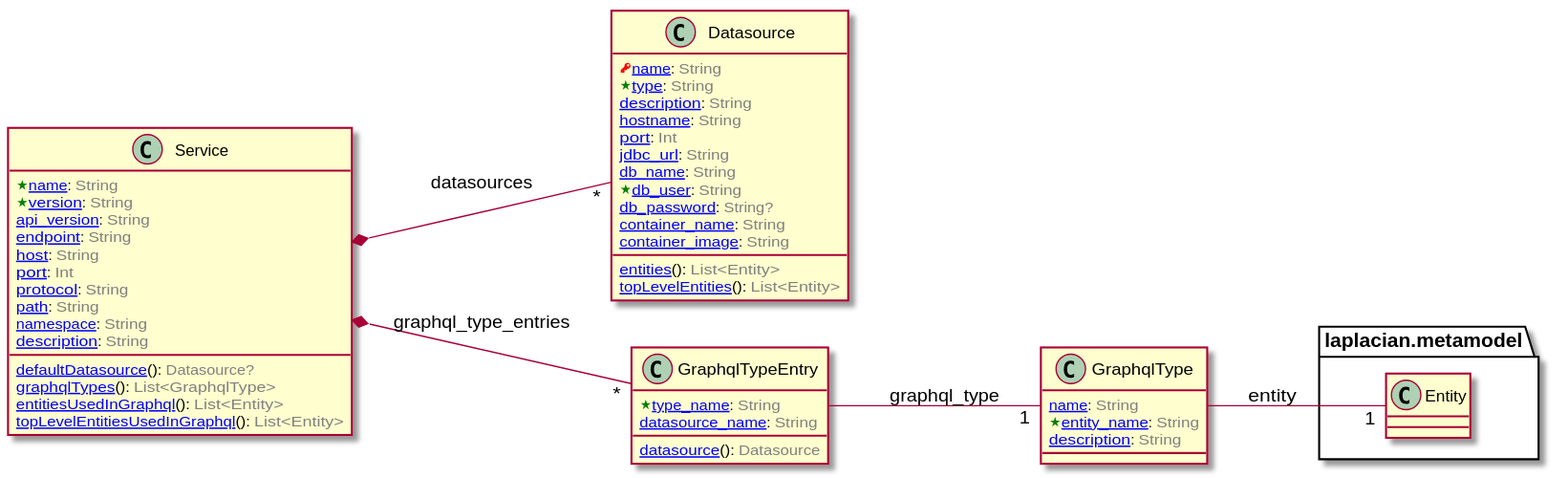
laplacian-arch/api-service.domain-model keeps this PlantUML diagram as doc/image/model-diagram.svg. Above is the earlier version.
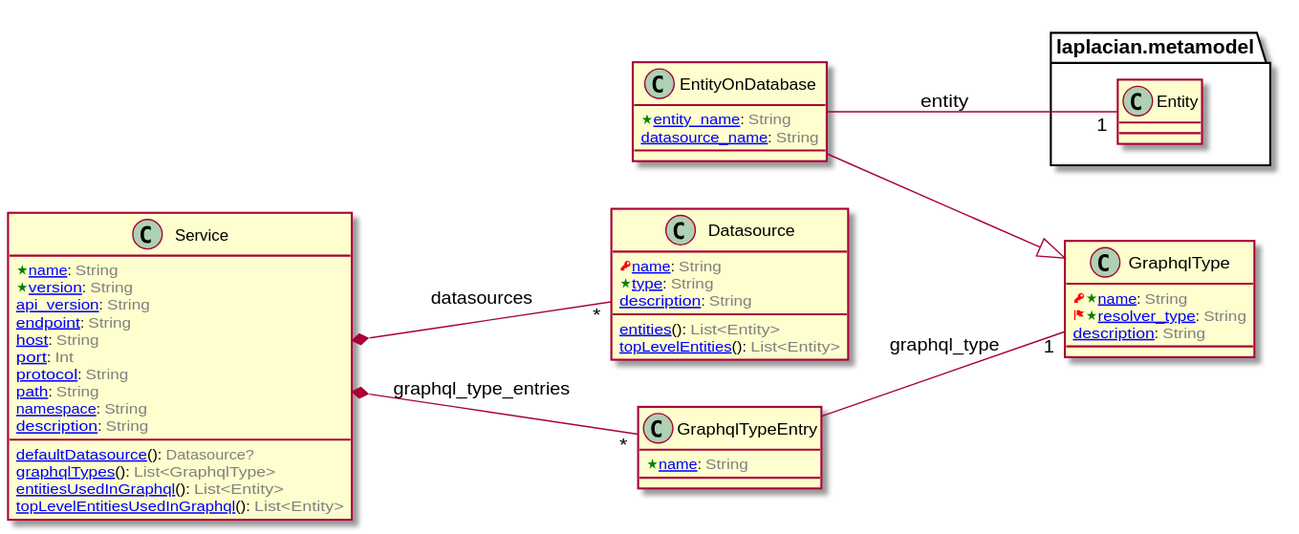
The same file after the commit.

Diff of the diagram source:
```diff
@@ -3,10 +3,21 @@
 
 
 class GraphqlType [[/blob/master/doc/entities/GraphqlType.md]] {
-  [[/blob/master/doc/entities/GraphqlType.md#name-string name]]: <color:GRAY>String</color>
-  <color:Green><&star></color>[[/blob/master/doc/entities/GraphqlType.md#entity_name-string entity_name]]: <color:GRAY>String</color>
+  <color:RED><&key></color><color:Green><&star></color>[[/blob/master/doc/entities/GraphqlType.md#name-string name]]: <color:GRAY>String</color>
+  <color:RED><&flag></color><color:Green><&star></color>[[/blob/master/doc/entities/GraphqlType.md#resolver_type-string resolver_type]]: <color:GRAY>String</color>
   [[/blob/master/doc/entities/GraphqlType.md#description-string description]]: <color:GRAY>String</color>
 }
+
+
+
+
+class EntityOnDatabase [[/blob/master/doc/entities/EntityOnDatabase.md]] {
+  <color:Green><&star></color>[[/blob/master/doc/entities/EntityOnDatabase.md#entity_name-string entity_name]]: <color:GRAY>String</color>
+  [[/blob/master/doc/entities/EntityOnDatabase.md#datasource_name-string datasource_name]]: <color:GRAY>String</color>
+}
+
+EntityOnDatabase --|> GraphqlType
+
 
 
 
@@ -18,7 +29,7 @@
 }
 
 
-GraphqlType -- "1" Entity : entity
+EntityOnDatabase -- "1" Entity : entity
 
 
 
@@ -61,14 +72,6 @@
   <color:RED><&key></color>[[/blob/master/doc/entities/Datasource.md#name-string name]]: <color:GRAY>String</color>
   <color:Green><&star></color>[[/blob/master/doc/entities/Datasource.md#type-string type]]: <color:GRAY>String</color>
   [[/blob/master/doc/entities/Datasource.md#description-string description]]: <color:GRAY>String</color>
-  [[/blob/master/doc/entities/Datasource.md#hostname-string hostname]]: <color:GRAY>String</color>
-  [[/blob/master/doc/entities/Datasource.md#port-int port]]: <color:GRAY>Int</color>
-  [[/blob/master/doc/entities/Datasource.md#jdbc_url-string jdbc_url]]: <color:GRAY>String</color>
-  [[/blob/master/doc/entities/Datasource.md#db_name-string db_name]]: <color:GRAY>String</color>
-  <color:Green><&star></color>[[/blob/master/doc/entities/Datasource.md#db_user-string db_user]]: <color:GRAY>String</color>
-  [[/blob/master/doc/entities/Datasource.md#db_password-string db_password]]: <color:GRAY>String?</color>
-  [[/blob/master/doc/entities/Datasource.md#container_name-string container_name]]: <color:GRAY>String</color>
-  [[/blob/master/doc/entities/Datasource.md#container_image-string container_image]]: <color:GRAY>String</color>
   [[/blob/master/doc/entities/Datasource.md#entities-listEntity entities]](): <color:GRAY>List<Entity></color>
   [[/blob/master/doc/entities/Datasource.md#top_level_entities-listEntity topLevelEntities]](): <color:GRAY>List<Entity></color>
 }
@@ -77,9 +80,7 @@
 
 
 class GraphqlTypeEntry [[/blob/master/doc/entities/GraphqlTypeEntry.md]] {
-  <color:Green><&star></color>[[/blob/master/doc/entities/GraphqlTypeEntry.md#type_name-string type_name]]: <color:GRAY>String</color>
-  [[/blob/master/doc/entities/GraphqlTypeEntry.md#datasource_name-string datasource_name]]: <color:GRAY>String</color>
-  [[/blob/master/doc/entities/GraphqlTypeEntry.md#datasource-datasource datasource]](): <color:GRAY>Datasource</color>
+  <color:Green><&star></color>[[/blob/master/doc/entities/GraphqlTypeEntry.md#name-string name]]: <color:GRAY>String</color>
 }
 
 
```
